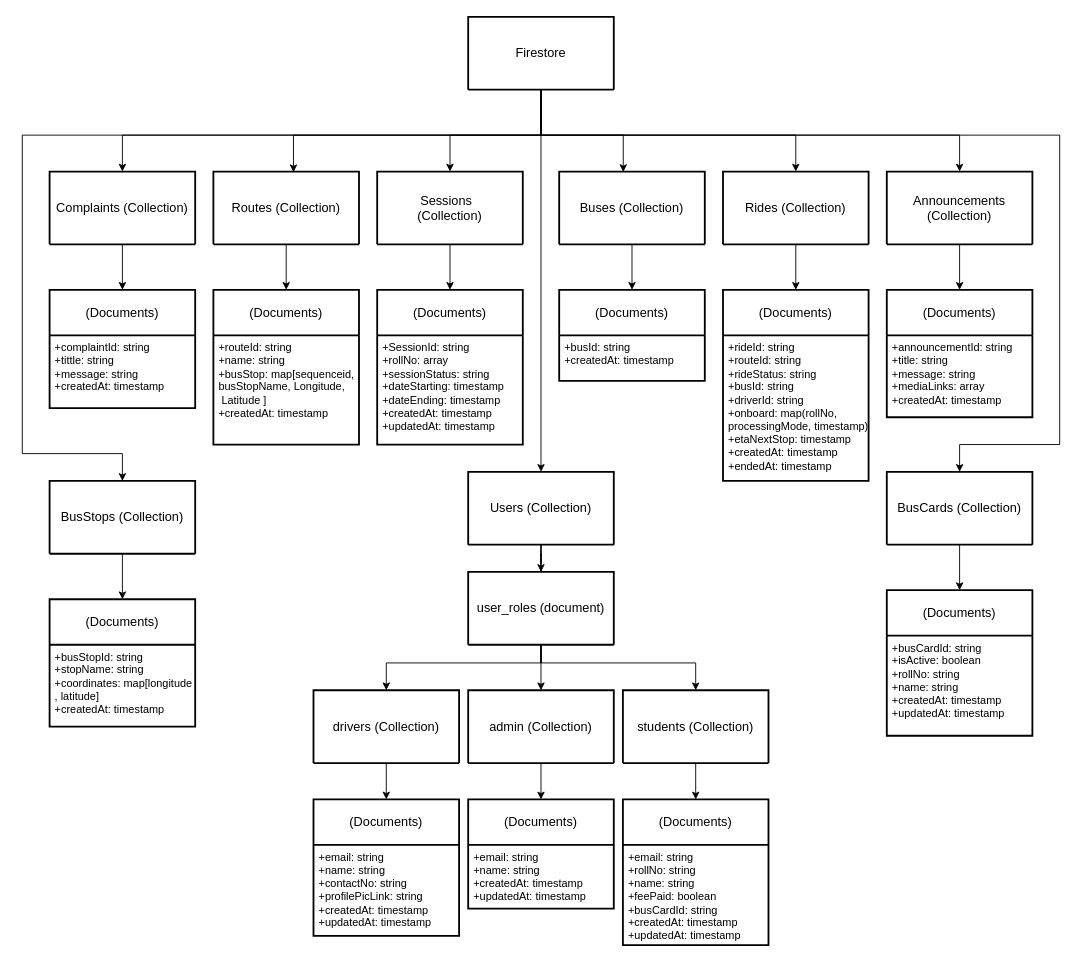
The draw.io diagram NTU Ride Pilot/Documentation/Diagrams/Database Design/database.drawio in Abubakar-doc/FYP-24-SE-A-204, before the edit. Source tidied: cells renumbered, new cells numbered last; positions are measured from the earlier drawing's top-left corner, leaving out a move shared by most shapes. Both pictures are drawn from the tidied source at 91%, with x=0, y=0 at pixel (22, 16).
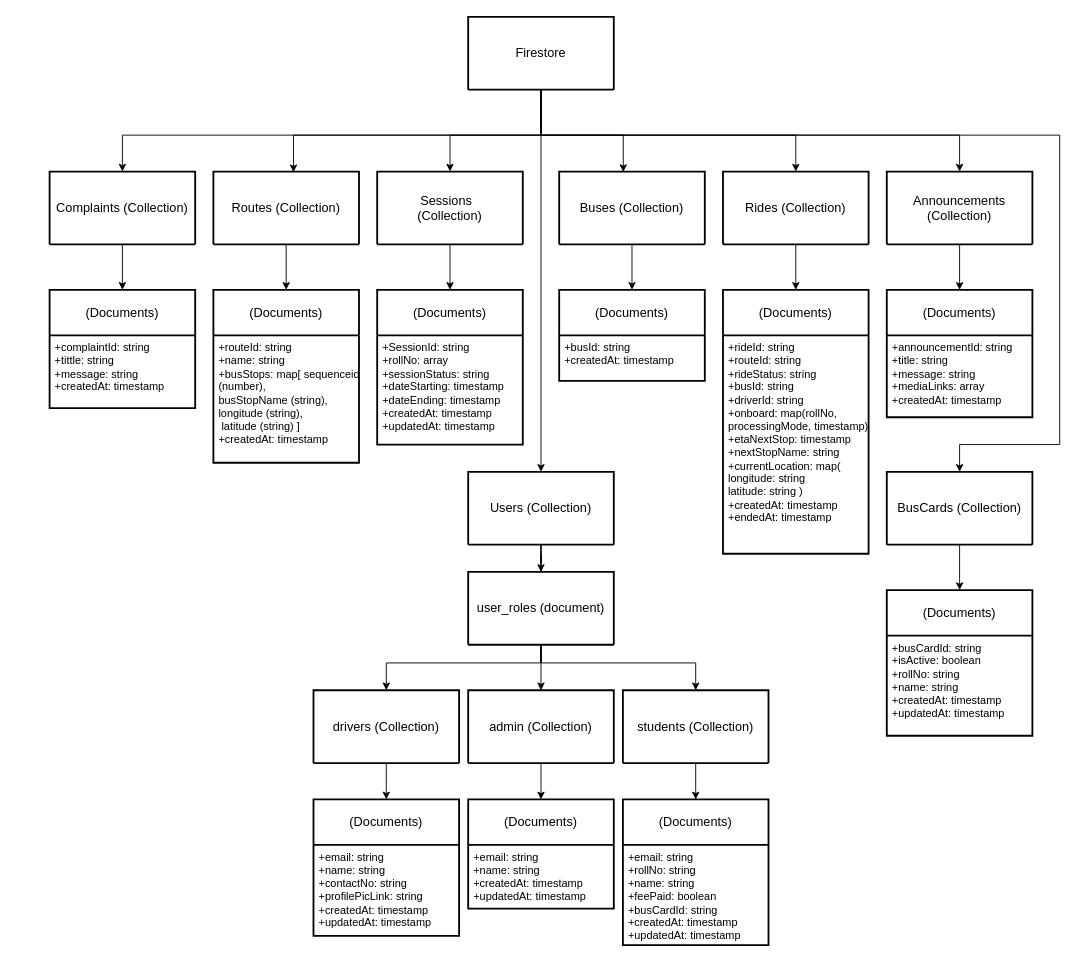
After the change.

Unchanged cells that the change refers to:
```xml
<mxCell id="25" value="Firestore" style="swimlane;horizontal=1;startSize=110;rounded=0;fontSize=14;fontStyle=0;strokeWidth=2;shadow=0;dashed=0;align=center;arcSize=4;whiteSpace=wrap;html=1;" parent="1" vertex="1">
  <mxGeometry x="490" width="160" height="80" as="geometry" />
</mxCell>
```

What changed in the source:
```diff
@@
     <mxCell id="10" value="(Documents)" style="swimlane;horizontal=1;startSize=50;rounded=0;fontSize=14;fontStyle=0;strokeWidth=2;shadow=0;dashed=0;align=center;arcSize=4;whiteSpace=wrap;html=1;" parent="1" vertex="1">
-      <mxGeometry x="770" y="300" width="160" height="210" as="geometry" />
+      <mxGeometry x="770" y="300" width="160" height="290" as="geometry" />
     </mxCell>
-    <mxCell id="11" value="&lt;div&gt;+rideId: string&lt;/div&gt;&lt;div&gt;+routeId: string&lt;/div&gt;&lt;div&gt;+rideStatus: string&lt;br&gt;      +busId: string&lt;br&gt;      +driverId: string&lt;br&gt;      +onboard: &lt;span class=&quot;hljs-keyword&quot;&gt;map(rollNo,&amp;nbsp;&lt;/span&gt;&lt;/div&gt;&lt;div&gt;&lt;span class=&quot;hljs-keyword&quot;&gt;processingMode, timestamp)&lt;/span&gt;&lt;br&gt;      +etaNextStop: &lt;span class=&quot;hljs-type&quot;&gt;timestamp&lt;/span&gt;&lt;br&gt;      +createdAt: &lt;span class=&quot;hljs-type&quot;&gt;timestamp&lt;/span&gt;&lt;/div&gt;+endedAt:&amp;nbsp;&lt;span class=&quot;hljs-type&quot;&gt;timestamp&lt;/span&gt;" style="align=left;strokeColor=none;fillColor=none;spacingLeft=4;fontSize=12;verticalAlign=top;html=1;rounded=0;" parent="10" vertex="1">
-      <mxGeometry y="50" width="160" height="160" as="geometry" />
+    <mxCell id="11" value="&lt;div&gt;+rideId: string&lt;/div&gt;&lt;div&gt;+routeId: string&lt;/div&gt;&lt;div&gt;+rideStatus: string&lt;br&gt;      +busId: string&lt;br&gt;      +driverId: string&lt;br&gt;      +onboard: &lt;span class=&quot;hljs-keyword&quot;&gt;map(rollNo,&amp;nbsp;&lt;/span&gt;&lt;/div&gt;&lt;div&gt;&lt;span class=&quot;hljs-keyword&quot;&gt;processingMode, timestamp)&lt;/span&gt;&lt;br&gt;      +etaNextStop: &lt;span class=&quot;hljs-type&quot;&gt;timestamp&lt;/span&gt;&lt;/div&gt;&lt;div&gt;&lt;span class=&quot;hljs-type&quot;&gt;+nextStopName: string&lt;/span&gt;&lt;/div&gt;&lt;div&gt;+currentLocation: map(&lt;/div&gt;&lt;div&gt;longitude: string&lt;/div&gt;&lt;div&gt;latitude:&amp;nbsp;&lt;span style=&quot;background-color: transparent; color: light-dark(rgb(0, 0, 0), rgb(255, 255, 255));&quot;&gt;string&amp;nbsp;&lt;/span&gt;&lt;span style=&quot;background-color: transparent; color: light-dark(rgb(0, 0, 0), rgb(255, 255, 255));&quot;&gt;)&lt;/span&gt;&lt;/div&gt;&lt;div&gt;      +createdAt: &lt;span class=&quot;hljs-type&quot;&gt;timestamp&lt;/span&gt;&lt;/div&gt;+endedAt:&amp;nbsp;&lt;span class=&quot;hljs-type&quot;&gt;timestamp&lt;/span&gt;" style="align=left;strokeColor=none;fillColor=none;spacingLeft=4;fontSize=12;verticalAlign=top;html=1;rounded=0;" parent="10" vertex="1">
+      <mxGeometry y="50" width="160" height="240" as="geometry" />
     </mxCell>
     <mxCell id="12" value="(Documents)" style="swimlane;horizontal=1;startSize=50;rounded=0;fontSize=14;fontStyle=0;strokeWidth=2;shadow=0;dashed=0;align=center;arcSize=4;whiteSpace=wrap;html=1;" parent="1" vertex="1">
-      <mxGeometry x="210" y="300" width="160" height="170" as="geometry" />
+      <mxGeometry x="210" y="300" width="160" height="190" as="geometry" />
     </mxCell>
-    <mxCell id="13" value="&lt;div&gt;&lt;div&gt;+routeId: string&lt;/div&gt;&lt;div&gt;&lt;div&gt;+name: string&lt;/div&gt;&lt;/div&gt;&lt;/div&gt;&lt;div&gt;+busStop: map[sequenceid,&lt;/div&gt;&lt;div&gt;busStopName, Longitude,&lt;/div&gt;&lt;div&gt;&amp;nbsp;Latitude ]&lt;/div&gt;&lt;div&gt;      +createdAt: &lt;span class=&quot;hljs-type&quot;&gt;timestamp&lt;/span&gt;&lt;/div&gt;" style="align=left;strokeColor=none;fillColor=none;spacingLeft=4;fontSize=12;verticalAlign=top;html=1;rounded=0;" parent="12" vertex="1">
-      <mxGeometry y="50" width="160" height="120" as="geometry" />
+    <mxCell id="13" value="&lt;div&gt;&lt;div&gt;+routeId: string&lt;/div&gt;&lt;div&gt;&lt;div&gt;+name: string&lt;/div&gt;&lt;/div&gt;&lt;/div&gt;&lt;div&gt;+busStops: map[ sequenceid&amp;nbsp;&lt;/div&gt;&lt;div&gt;(number),&lt;/div&gt;&lt;div&gt;busStopName (string),&amp;nbsp;&lt;/div&gt;&lt;div&gt;longitude (string),&lt;/div&gt;&lt;div&gt;&amp;nbsp;latitude&amp;nbsp;&lt;span style=&quot;background-color: transparent; color: light-dark(rgb(0, 0, 0), rgb(255, 255, 255));&quot;&gt;(string)&lt;/span&gt;&lt;span style=&quot;background-color: transparent; color: light-dark(rgb(0, 0, 0), rgb(255, 255, 255));&quot;&gt;&amp;nbsp;]&lt;/span&gt;&lt;/div&gt;&lt;div&gt;      +createdAt: &lt;span class=&quot;hljs-type&quot;&gt;timestamp&lt;/span&gt;&lt;/div&gt;" style="align=left;strokeColor=none;fillColor=none;spacingLeft=4;fontSize=12;verticalAlign=top;html=1;rounded=0;" parent="12" vertex="1">
+      <mxGeometry y="50" width="160" height="140" as="geometry" />
     </mxCell>
@@
-    <mxCell id="24" style="edgeStyle=orthogonalEdgeStyle;rounded=0;jettySize=auto;html=1;entryX=0.5;entryY=0;entryDx=0;entryDy=0;" parent="1" edge="1" source="25" target="75">
-      <mxGeometry relative="1" as="geometry">
-        <Array as="points">
-          <mxPoint x="570" y="130" />
-          <mxPoint y="130" />
-          <mxPoint y="480" />
-          <mxPoint x="110" y="480" />
-        </Array>
-      </mxGeometry>
-    </mxCell>
@@
-    <mxCell id="72" value="(Documents)" style="swimlane;horizontal=1;startSize=50;rounded=0;fontSize=14;fontStyle=0;strokeWidth=2;shadow=0;dashed=0;align=center;arcSize=4;whiteSpace=wrap;html=1;" parent="1" vertex="1">
-      <mxGeometry x="30" y="640" width="160" height="140" as="geometry" />
-    </mxCell>
-    <mxCell id="73" value="&lt;div&gt;&lt;div&gt;+busStopId: string&lt;/div&gt;&lt;div&gt;&lt;div&gt;+stopName: string&lt;/div&gt;&lt;/div&gt;&lt;/div&gt;&lt;div&gt;+&lt;span style=&quot;background-color: transparent; color: light-dark(rgb(0, 0, 0), rgb(255, 255, 255));&quot;&gt;coordinates: map[longitude&lt;/span&gt;&lt;/div&gt;&lt;div&gt;&lt;span style=&quot;background-color: transparent; color: light-dark(rgb(0, 0, 0), rgb(255, 255, 255));&quot;&gt;, latitude]&lt;/span&gt;&lt;/div&gt;&lt;div&gt;      +createdAt: &lt;span class=&quot;hljs-type&quot;&gt;timestamp&lt;/span&gt;&lt;/div&gt;" style="align=left;strokeColor=none;fillColor=none;spacingLeft=4;fontSize=12;verticalAlign=top;html=1;rounded=0;" parent="72" vertex="1">
-      <mxGeometry y="50" width="160" height="90" as="geometry" />
-    </mxCell>
-    <mxCell id="74" style="edgeStyle=orthogonalEdgeStyle;rounded=0;jettySize=auto;html=1;" parent="1" edge="1" source="75" target="72">
-      <mxGeometry relative="1" as="geometry" />
-    </mxCell>
-    <mxCell id="75" value="BusStops (Collection)" style="swimlane;horizontal=1;startSize=110;rounded=1;fontSize=14;fontStyle=0;strokeWidth=2;shadow=0;dashed=0;align=center;arcSize=4;whiteSpace=wrap;html=1;" parent="1" vertex="1">
-      <mxGeometry x="30" y="510" width="160" height="80" as="geometry" />
-    </mxCell>
-    <mxCell id="76" value="&lt;div&gt;&lt;br&gt;&lt;/div&gt;" style="align=left;strokeColor=none;fillColor=none;spacingLeft=4;fontSize=12;verticalAlign=top;html=1;" parent="75" vertex="1">
-      <mxGeometry y="80" width="160" as="geometry" />
-    </mxCell>
```
